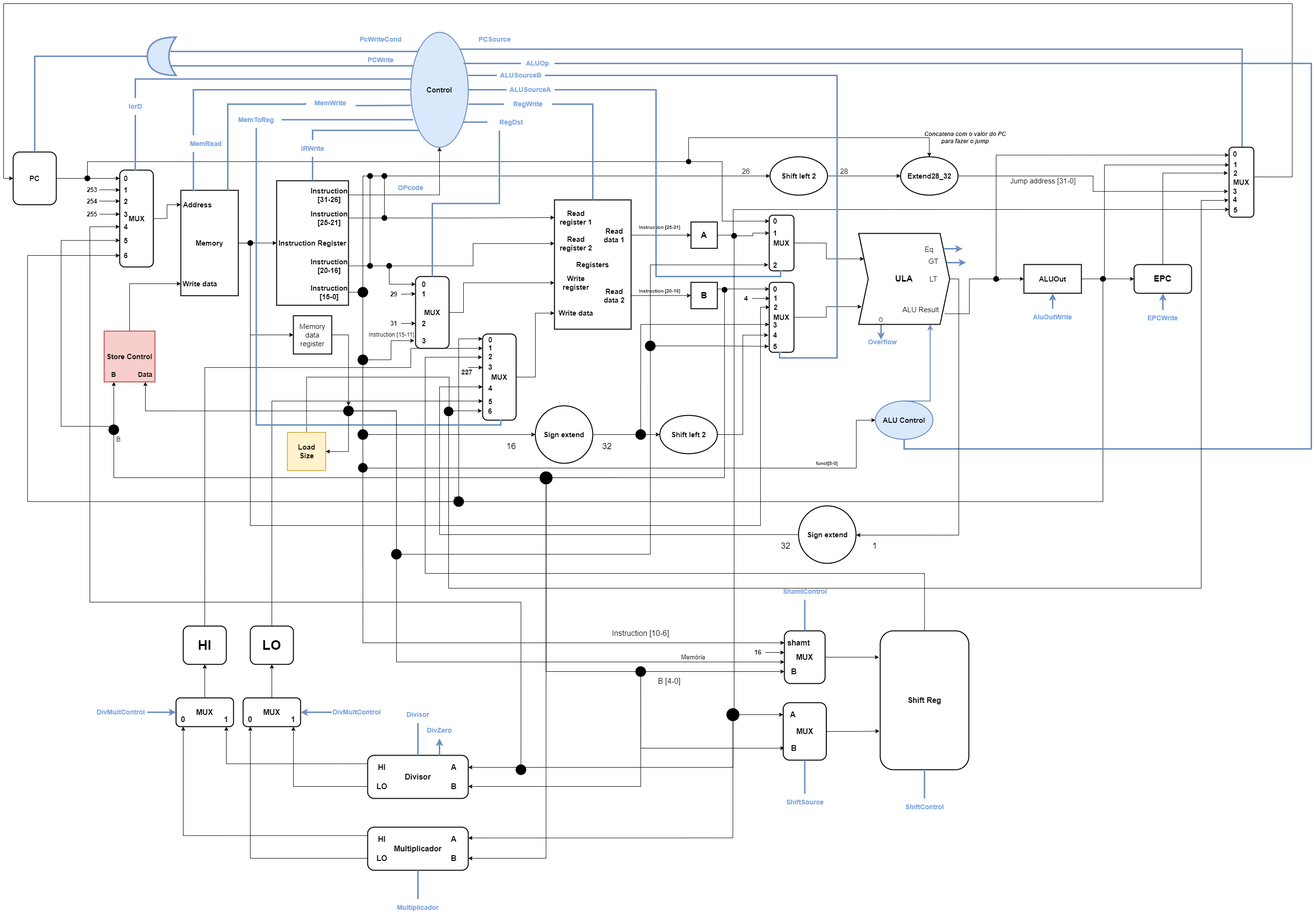
Earlier version of the draw.io export Projeto/Unidade de Processamento/Unidade de Processamento.png (phdfreitas/infrahw-2021-2). Source tidied: cells renumbered, new cells last; positions are measured from the earlier drawing's top-left corner, leaving out a move shared by most shapes.
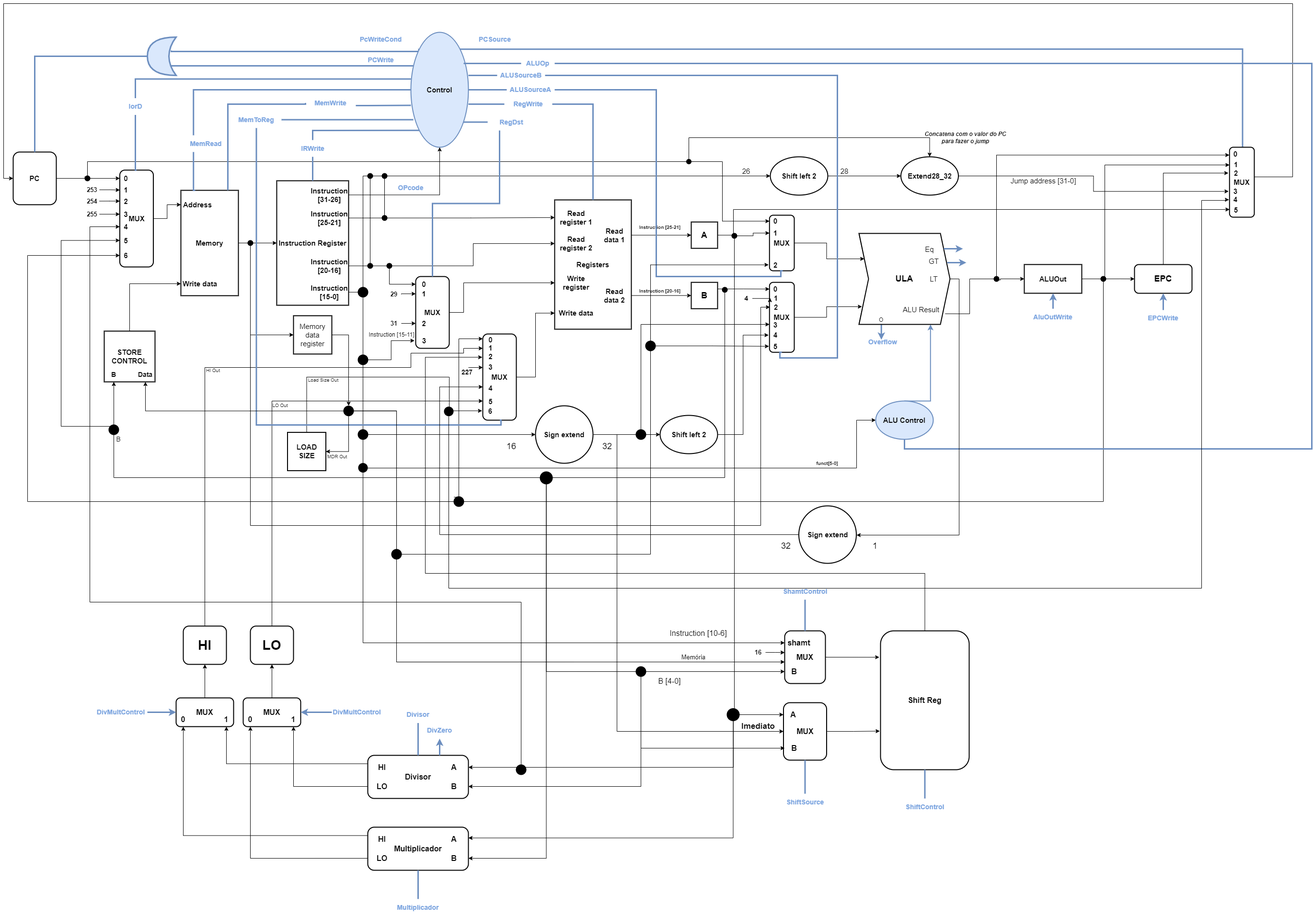
Above is the later version.

Commit message:
Unidade de Processamento - Versão Final

Change to the diagram source:
```diff
@@ -11,7 +11,7 @@
         </Array>
       </mxGeometry>
     </mxCell>
-    <mxCell id="3" value="&lt;b&gt;Load&lt;br&gt;Size&lt;br&gt;&lt;/b&gt;" style="whiteSpace=wrap;html=1;fontSize=15;strokeWidth=2;fillColor=#fff2cc;strokeColor=#d6b656;" parent="1" vertex="1">
+    <mxCell id="3" value="&lt;b&gt;LOAD SIZE&lt;br&gt;&lt;/b&gt;" style="whiteSpace=wrap;html=1;fontSize=15;strokeWidth=2;" parent="1" vertex="1">
       <mxGeometry x="592.5" y="895.5" width="80" height="80" as="geometry" />
     </mxCell>
     <mxCell id="4" style="edgeStyle=orthogonalEdgeStyle;rounded=0;orthogonalLoop=1;jettySize=auto;html=1;exitX=0.5;exitY=0;exitDx=0;exitDy=0;strokeWidth=3;fillColor=#dae8fc;strokeColor=#6c8ebf;" parent="1" edge="1">
@@ -605,6 +605,15 @@
         </Array>
       </mxGeometry>
     </mxCell>
+    <mxCell id="352" style="edgeStyle=orthogonalEdgeStyle;rounded=0;jettySize=auto;html=1;exitX=0;exitY=1;exitDx=0;exitDy=0;entryX=0;entryY=0.5;entryDx=0;entryDy=0;" parent="1" edge="1" source="171" target="220">
+      <mxGeometry relative="1" as="geometry">
+        <Array as="points">
+          <mxPoint x="1323" y="900" />
+          <mxPoint x="1280" y="900" />
+          <mxPoint x="1280" y="1520" />
+        </Array>
+      </mxGeometry>
+    </mxCell>
     <mxCell id="171" style="ellipse;whiteSpace=wrap;html=1;fontSize=15;strokeWidth=2;fillColor=#000000;" parent="1" vertex="1">
       <mxGeometry x="1320" y="890" width="20" height="20" as="geometry" />
     </mxCell>
@@ -647,7 +656,9 @@
         <Array as="points">
           <mxPoint x="420" y="760" />
           <mxPoint x="850" y="760" />
-          <mxPoint x="850" y="720" />
+          <mxPoint x="850" y="730" />
+          <mxPoint x="960" y="730" />
+          <mxPoint x="960" y="720" />
         </Array>
       </mxGeometry>
     </mxCell>
@@ -861,7 +872,7 @@
       </mxGeometry>
     </mxCell>
     <mxCell id="235" value="Instruction [10-6]" style="text;html=1;strokeColor=none;fillColor=none;align=center;verticalAlign=middle;whiteSpace=wrap;rounded=0;fontSize=16;" parent="1" vertex="1">
-      <mxGeometry x="1260" y="1300" width="140" height="30" as="geometry" />
+      <mxGeometry x="1380" y="1300" width="140" height="30" as="geometry" />
     </mxCell>
     <mxCell id="236" style="edgeStyle=orthogonalEdgeStyle;rounded=0;jettySize=auto;html=1;exitX=1;exitY=0.5;exitDx=0;exitDy=0;entryX=-0.014;entryY=0.19;entryDx=0;entryDy=0;entryPerimeter=0;fontSize=16;" parent="1" edge="1" source="222" target="218">
       <mxGeometry relative="1" as="geometry" />
@@ -1288,7 +1299,7 @@
     <mxCell id="334" style="edgeStyle=orthogonalEdgeStyle;rounded=0;jettySize=auto;html=1;exitX=0.5;exitY=0;exitDx=0;exitDy=0;entryX=0;entryY=0.5;entryDx=0;entryDy=0;fontSize=14;endArrow=classic;endFill=1;" parent="1" edge="1" source="335" target="20">
       <mxGeometry relative="1" as="geometry" />
     </mxCell>
-    <mxCell id="335" value="&lt;b&gt;Store Control&lt;br&gt;&lt;/b&gt;" style="whiteSpace=wrap;html=1;fontSize=15;strokeWidth=2;fillColor=#f8cecc;strokeColor=#b85450;" parent="1" vertex="1">
+    <mxCell id="335" value="&lt;b&gt;STORE CONTROL&lt;br&gt;&lt;/b&gt;" style="whiteSpace=wrap;html=1;fontSize=15;strokeWidth=2;" parent="1" vertex="1">
       <mxGeometry x="210" y="684" width="106" height="106" as="geometry" />
     </mxCell>
     <mxCell id="336" value="&lt;b&gt;&lt;font style=&quot;font-size: 14px&quot;&gt;B&lt;/font&gt;&lt;/b&gt;" style="text;html=1;strokeColor=none;fillColor=none;align=center;verticalAlign=middle;whiteSpace=wrap;rounded=0;" parent="1" vertex="1">
@@ -1363,5 +1374,20 @@
     <mxCell id="351" style="ellipse;whiteSpace=wrap;html=1;fontSize=15;strokeWidth=2;fillColor=#000000;" parent="1" vertex="1">
       <mxGeometry x="741" y="960.4" width="18" height="18" as="geometry" />
     </mxCell>
+    <mxCell id="353" value="&lt;font size=&quot;1&quot;&gt;&lt;b style=&quot;font-size: 17px&quot;&gt;Imediato&lt;/b&gt;&lt;/font&gt;" style="text;html=1;strokeColor=none;fillColor=none;align=center;verticalAlign=middle;whiteSpace=wrap;rounded=0;" parent="1" vertex="1">
+      <mxGeometry x="1530" y="1490" width="90" height="40" as="geometry" />
+    </mxCell>
+    <mxCell id="354" value="&lt;span style=&quot;font-size: 10px&quot;&gt;Load Size Out&lt;/span&gt;" style="text;html=1;strokeColor=none;fillColor=none;align=center;verticalAlign=middle;whiteSpace=wrap;rounded=0;fontSize=17;" parent="1" vertex="1">
+      <mxGeometry x="605" y="770" width="125" height="30" as="geometry" />
+    </mxCell>
+    <mxCell id="355" value="&lt;span style=&quot;font-size: 10px&quot;&gt;LO Out&lt;/span&gt;" style="text;html=1;strokeColor=none;fillColor=none;align=center;verticalAlign=middle;whiteSpace=wrap;rounded=0;fontSize=17;" parent="1" vertex="1">
+      <mxGeometry x="515" y="832.7" width="125" height="10" as="geometry" />
+    </mxCell>
+    <mxCell id="356" value="&lt;span style=&quot;font-size: 10px&quot;&gt;MDR Out&lt;/span&gt;" style="text;html=1;strokeColor=none;fillColor=none;align=center;verticalAlign=middle;whiteSpace=wrap;rounded=0;fontSize=17;" parent="1" vertex="1">
+      <mxGeometry x="634" y="940" width="125" height="10" as="geometry" />
+    </mxCell>
+    <mxCell id="357" value="&lt;span style=&quot;font-size: 10px&quot;&gt;HI Out&lt;/span&gt;" style="text;html=1;strokeColor=none;fillColor=none;align=center;verticalAlign=middle;whiteSpace=wrap;rounded=0;fontSize=17;" parent="1" vertex="1">
+      <mxGeometry x="375" y="760" width="125" height="10" as="geometry" />
+    </mxCell>
   </root>
 </mxGraphModel>
```
